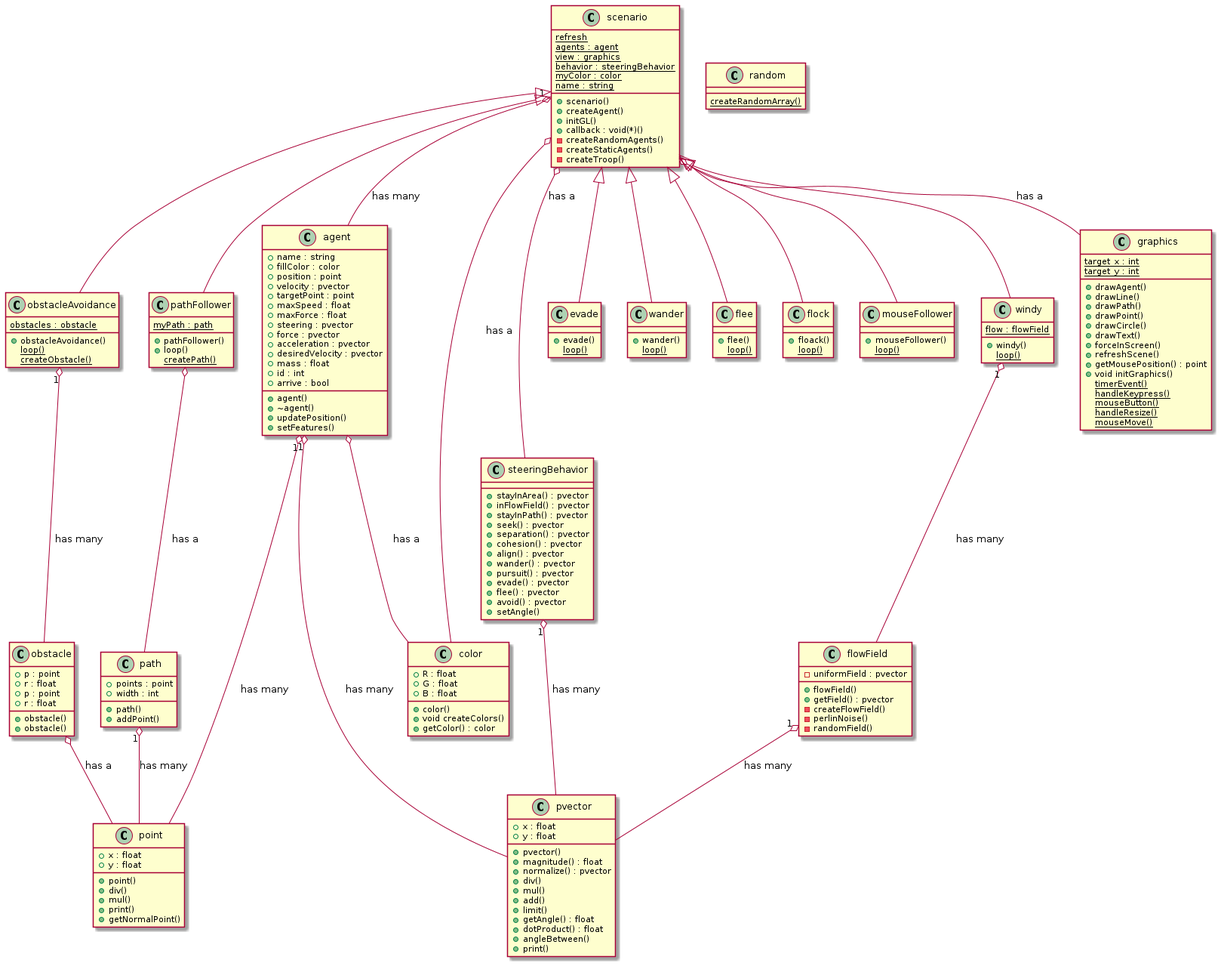
The PlantUML diagram docs/uml/class_diagram.png in mehmetrizaoz/autonomousSteeringAgents, before a commit. The source it was exported from:
```plantuml
@startuml class
class pathFollower{
  +pathFollower()
  +loop()
  {static}createPath()
  {static}myPath : path
}

class evade{
  +evade()
  {static}loop()
}

class wander{
  +wander()
  {static}loop()
}

class windy{
  +windy()
  {static}loop()
  {static}flow : flowField
}

class obstacleAvoidance{
  +obstacleAvoidance()
  {static}loop()
  {static}obstacles : obstacle
  {static}createObstacle()
}


class flee{
  +flee()
  {static}loop()
}

class flock{
  +floack()
  {static}loop()
}

class mouseFollower{
  +mouseFollower()
  {static}loop()
}

class steeringBehavior{
  +stayInArea() : pvector
  +inFlowField() : pvector
  +stayInPath() : pvector
  +seek() : pvector
  +separation() : pvector
  +cohesion() : pvector
  +align() : pvector
  +wander() : pvector
  +pursuit() : pvector
  +evade() : pvector
  +flee() : pvector
  +avoid() : pvector
  +setAngle()
}

class scenario {
  +scenario()
  +createAgent()
  +initGL()
  {static}refresh
  {static}agents : agent
  {static}view : graphics
  {static}behavior : steeringBehavior
  {static}myColor : color
  {static}name : string
  +callback : void(*)()
  -createRandomAgents()
  -createStaticAgents()
  -createTroop()
}

class random {
  {static} createRandomArray()
}

class path {
  +path()
  +addPoint()
  +points : point
  +width : int
}

class agent{
  +agent()
  +~agent()
  +updatePosition()
  +setFeatures()
  +name : string
  +fillColor : color
  +position : point
  +velocity : pvector
  +targetPoint : point
  +maxSpeed : float
  +maxForce : float
  +steering : pvector
  +force : pvector
  +acceleration : pvector
  +desiredVelocity : pvector
  +mass : float
  +id : int
  +arrive : bool
}

class pvector{
  +pvector()
  +magnitude() : float
  +normalize() : pvector
  +div()
  +mul()
  +add()
  +limit()
  +getAngle() : float
  +dotProduct() : float
  +angleBetween()
  +print()
  +x : float
  +y : float
}

class obstacle{
  +p : point
  +r : float
  +obstacle()
}

class flowField{
  -uniformField : pvector
  +flowField()
  +getField() : pvector
  -createFlowField()
  -perlinNoise()
  -randomField()
}

class obstacle{
  +p : point
  +r : float
  +obstacle()
}

class point{
  +x : float
  +y : float
  +point()
  +div()
  +mul()
  +print()
  +getNormalPoint()
}


class color{
  +R : float
  +G : float
  +B : float
  +color()
  +void createColors()
  +getColor() : color
}

class graphics{
  +drawAgent()
  +drawLine()
  +drawPath()
  +drawPoint()
  +drawCircle()
  +drawText()
  +forceInScreen()
  +refreshScene()
  +getMousePosition() : point
  +void initGraphics()
  {static} timerEvent()
  {static} handleKeypress()
  {static} mouseButton()
  {static} handleResize()
  {static} mouseMove()
  {static} target_x : int
  {static} target_y : int
}

obstacle o-- point : has a
flowField "1" o-- pvector : has many
agent "1" o-- pvector : has many
agent "1" o-- point : has many
agent o-- color : has a
path "1" o-- point : has many
scenario "1" o-- agent : has many
scenario o-- graphics : has a
scenario o-- steeringBehavior : has a
scenario o-- color : has a
steeringBehavior "1" o-- pvector : has many
scenario <|-- evade
scenario <|-- flee
scenario <|-- flock
scenario <|-- mouseFollower
scenario <|-- obstacleAvoidance
scenario <|-- pathFollower
scenario <|-- wander
scenario <|-- windy
obstacleAvoidance "1" o-- obstacle : has many
pathFollower o-- path : has a
windy "1" o-- flowField : has many

@enduml
```
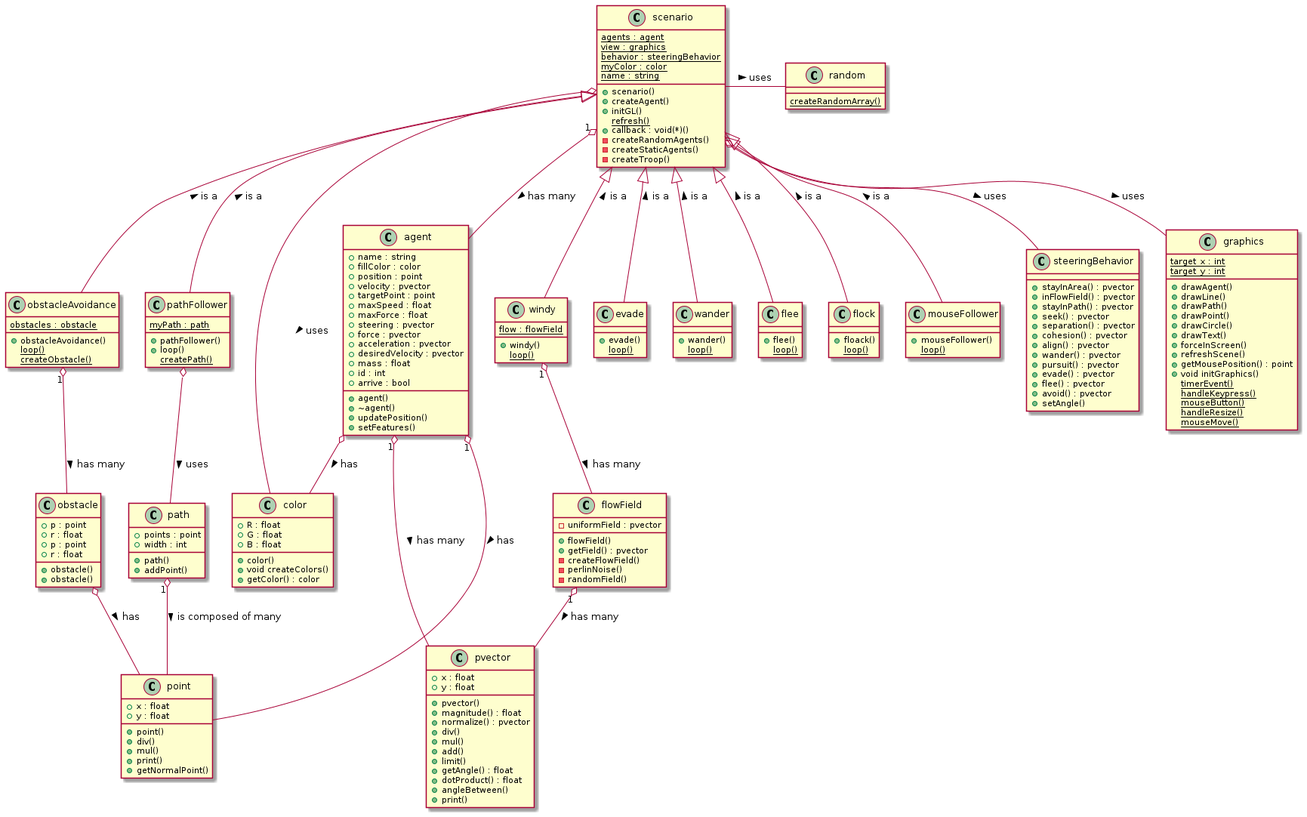
After the commit.

Commit message:
class diagram image updated

What changed in the source:
```diff
@@ -28,7 +28,6 @@
   {static}obstacles : obstacle
   {static}createObstacle()
 }
-
 
 class flee{
   +flee()
@@ -65,7 +64,7 @@
   +scenario()
   +createAgent()
   +initGL()
-  {static}refresh
+  {static}refresh()
   {static}agents : agent
   {static}view : graphics
   {static}behavior : steeringBehavior
@@ -186,27 +185,26 @@
   {static} target_y : int
 }
 
-obstacle o-- point : has a
-flowField "1" o-- pvector : has many
-agent "1" o-- pvector : has many
-agent "1" o-- point : has many
-agent o-- color : has a
-path "1" o-- point : has many
-scenario "1" o-- agent : has many
-scenario o-- graphics : has a
-scenario o-- steeringBehavior : has a
-scenario o-- color : has a
-steeringBehavior "1" o-- pvector : has many
-scenario <|-- evade
-scenario <|-- flee
-scenario <|-- flock
-scenario <|-- mouseFollower
-scenario <|-- obstacleAvoidance
-scenario <|-- pathFollower
-scenario <|-- wander
-scenario <|-- windy
-obstacleAvoidance "1" o-- obstacle : has many
-pathFollower o-- path : has a
-windy "1" o-- flowField : has many
-
+obstacle o-- point : has >
+flowField "1" o-- pvector : has many >
+agent "1" o-- pvector : has many >
+agent "1" o-- point : has >
+agent o-- color : has >
+path "1" o-- point : is composed of many >
+scenario "1" o-- agent : has many >
+scenario o-- graphics : uses >
+scenario o-- steeringBehavior : uses  >
+scenario o-- color : uses >
+scenario <|-- evade : is a <
+scenario <|-- flee : is a <
+scenario <|-- flock : is a <
+scenario <|-- mouseFollower : is a <
+scenario <|-- obstacleAvoidance : is a <
+scenario <|-- pathFollower : is a <
+scenario <|-- wander : is a <
+scenario <|-- windy : is a <
+obstacleAvoidance "1" o-- obstacle : has many >
+pathFollower o-- path : uses >
+windy "1" o-- flowField : has many >
+scenario - random : uses >
 @enduml
```
